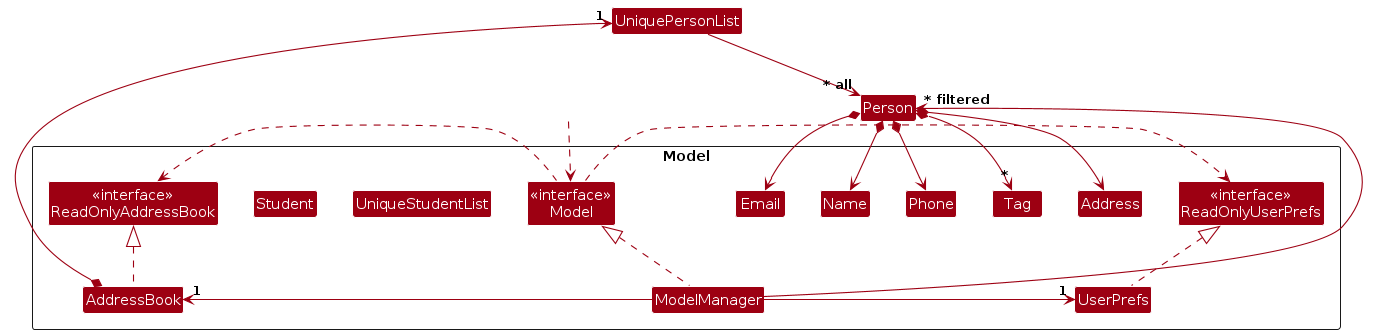
Above: diagrams/ModelClassDiagram.png in AY2324S1-CS2103T-T11-1/tp (PlantUML), before the change. Its source is kept beside it as diagrams/ModelClassDiagram.puml.
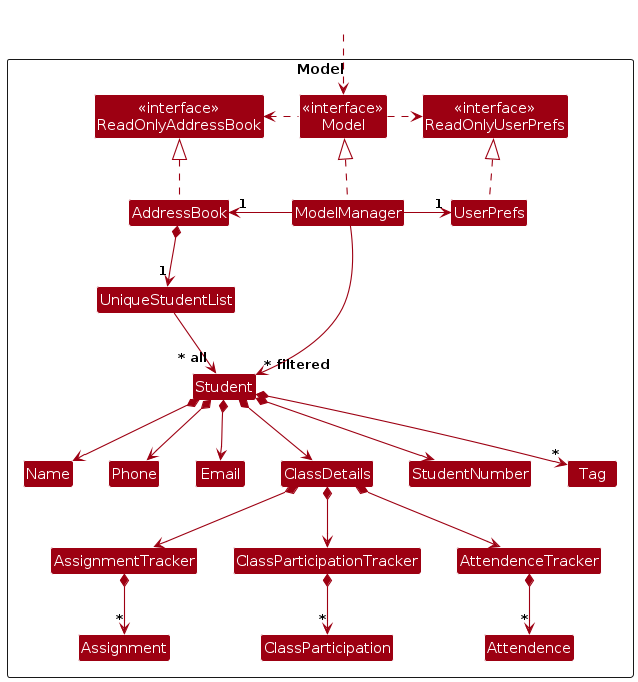
Above is the later version.

What changed in the source:
```diff
@@ -14,11 +14,18 @@
 
 Class UniqueStudentList
 Class Student
-Class Address
+Class ClassDetails
 Class Email
 Class Name
 Class Phone
 Class Tag
+Class StudentNumber
+Class AssignmentTracker
+Class ClassParticipationTracker
+Class AttendenceTracker
+Class Assignment
+Class ClassParticipation
+Class Attendence
 
 Class I #FFFFFF
 }
@@ -35,20 +42,28 @@
 ModelManager -right-> "1" UserPrefs
 UserPrefs .up.|> ReadOnlyUserPrefs
 
-AddressBook *--> "1" UniquePersonList
-UniquePersonList --> "~* all" Person
-Person *--> Name
-Person *--> Phone
-Person *--> Email
-Person *--> Address
-Person *--> "*" Tag
+AddressBook *--> "1" UniqueStudentList
+UniqueStudentList --> "~* all" Student
+Student *--> Name
+Student *--> Phone
+Student *--> Email
+Student *--> ClassDetails
+Student *--> StudentNumber
+Student *--> "*" Tag
 
-Person -[hidden]up--> I
-UniquePersonList -[hidden]right-> I
+ClassDetails *--> AssignmentTracker
+ClassDetails *--> ClassParticipationTracker
+ClassDetails *--> AttendenceTracker
+
+AssignmentTracker *--> "*" Assignment
+ClassParticipationTracker *--> "*" ClassParticipation
+AttendenceTracker *--> "*" Attendence
+UniqueStudentList -[hidden]right-> I
 
 Name -[hidden]right-> Phone
-Phone -[hidden]right-> Address
-Address -[hidden]right-> Email
+Phone -[hidden]right-> Email
+Email -[hidden]right-> ClassDetails
+ClassDetails -[hidden]right-> StudentNumber
 
-ModelManager --> "~* filtered" Person
+ModelManager --> "~* filtered" Student
 @enduml
```
